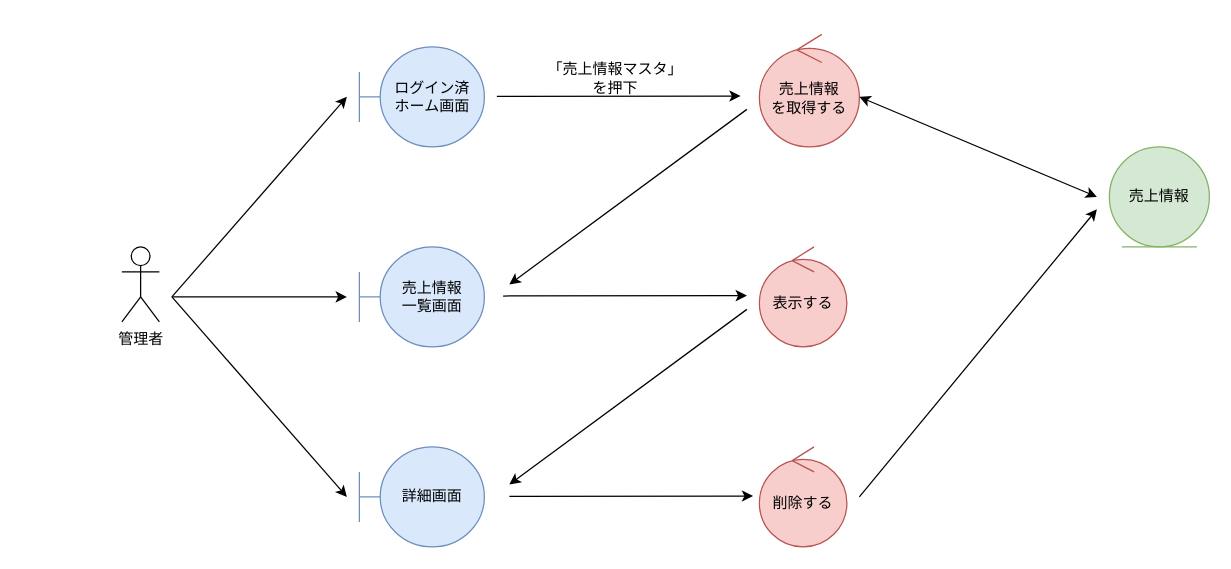
Above: page "*売上情報管理_削除" (3 of 3) of 各種設計書/3ロバストネス図/マスタ管理/6.売上情報マスタ.drawio in HaruShim/Sotuken (draw.io), before the change. Source tidied: cells renumbered, new cells numbered last; positions are measured from the earlier drawing's top-left corner, leaving out a move shared by most shapes. Both pictures are drawn from the tidied source at 125%, with x=0, y=0 at pixel (121, 34).
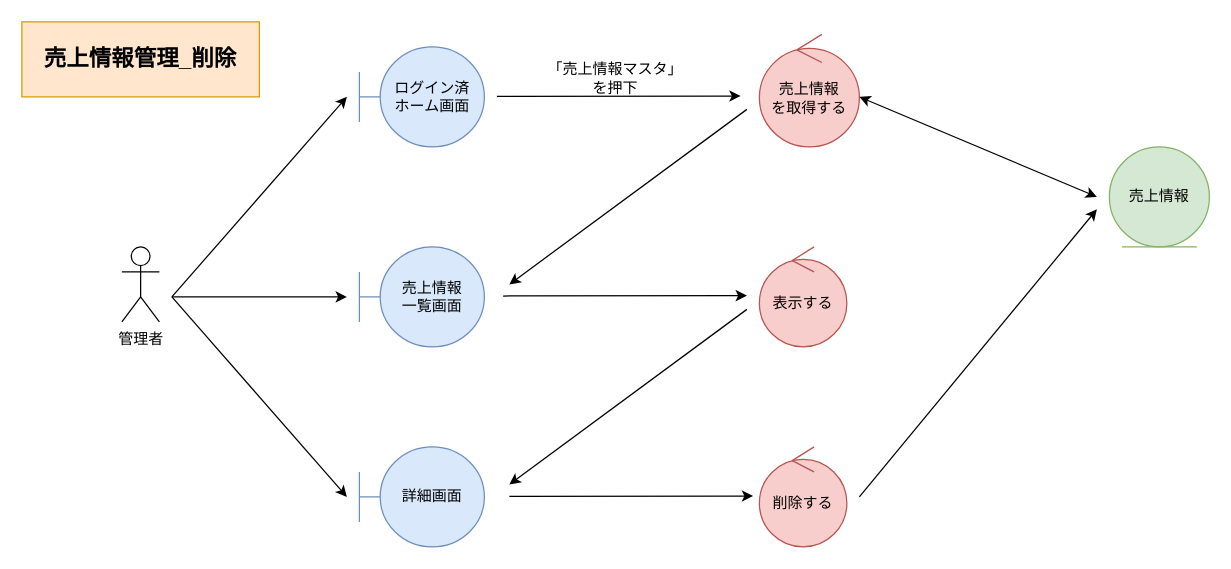
The same page after the edit.

Change to the diagram source:
```diff
@@
+    <mxCell id="21" value="売上情報管理_削除" style="rounded=0;whiteSpace=wrap;html=1;fillColor=#ffe6cc;strokeColor=#d79b00;fontStyle=1;fontSize=18;" parent="1" vertex="1">
+      <mxGeometry x="-80" y="-10" width="190" height="60" as="geometry" />
+    </mxCell>
```
